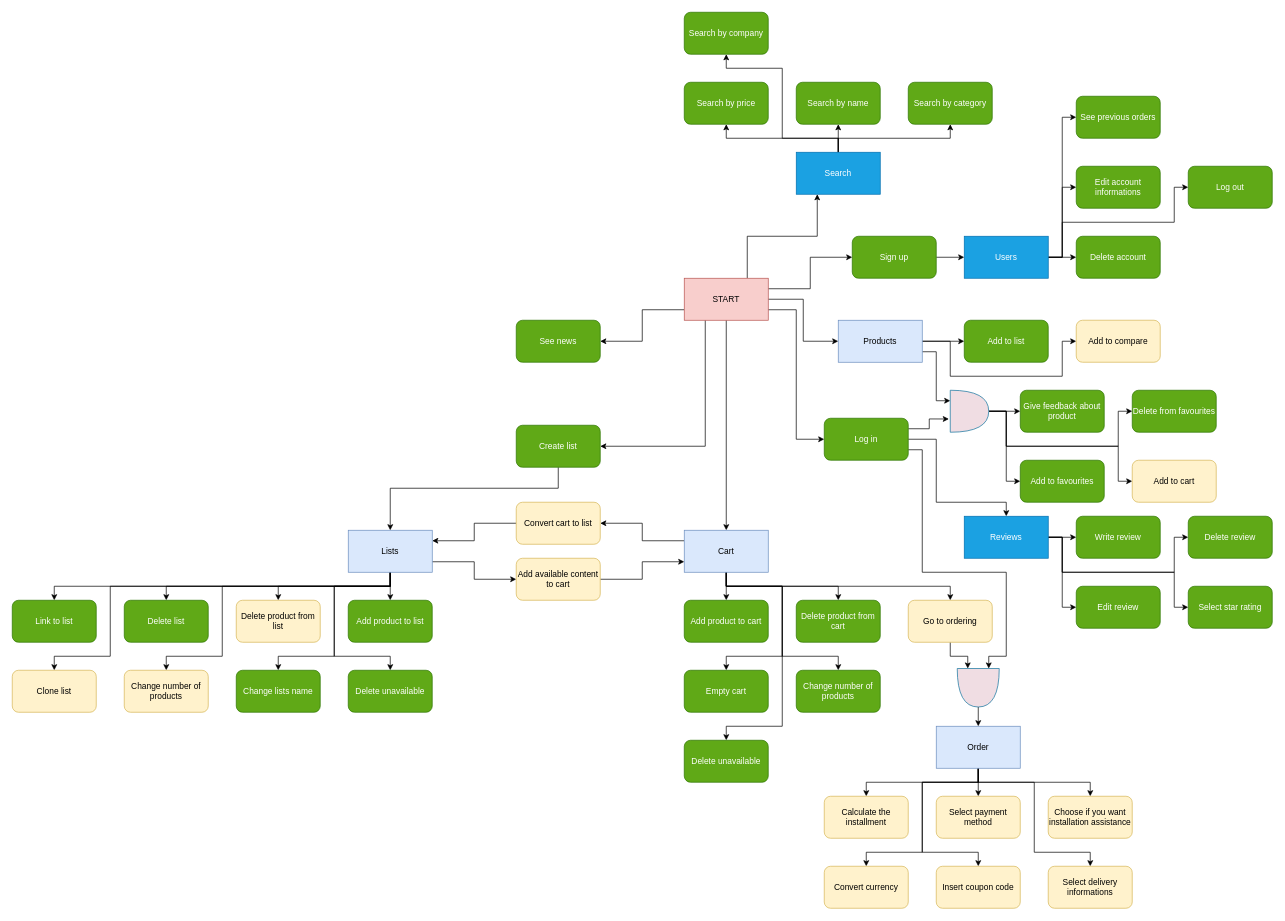
Rumi152/X-KOMdb keeps this draw.io diagram as Documentation/DrawioFiles/functionalitiesSchema.drawio. Above is the earlier version. Source tidied: cells renumbered, new cells numbered last; positions are measured from the earlier drawing's top-left corner, leaving out a move shared by most shapes. Both pictures are drawn from the tidied source at 70%, with x=0, y=0 at pixel (12, 12).
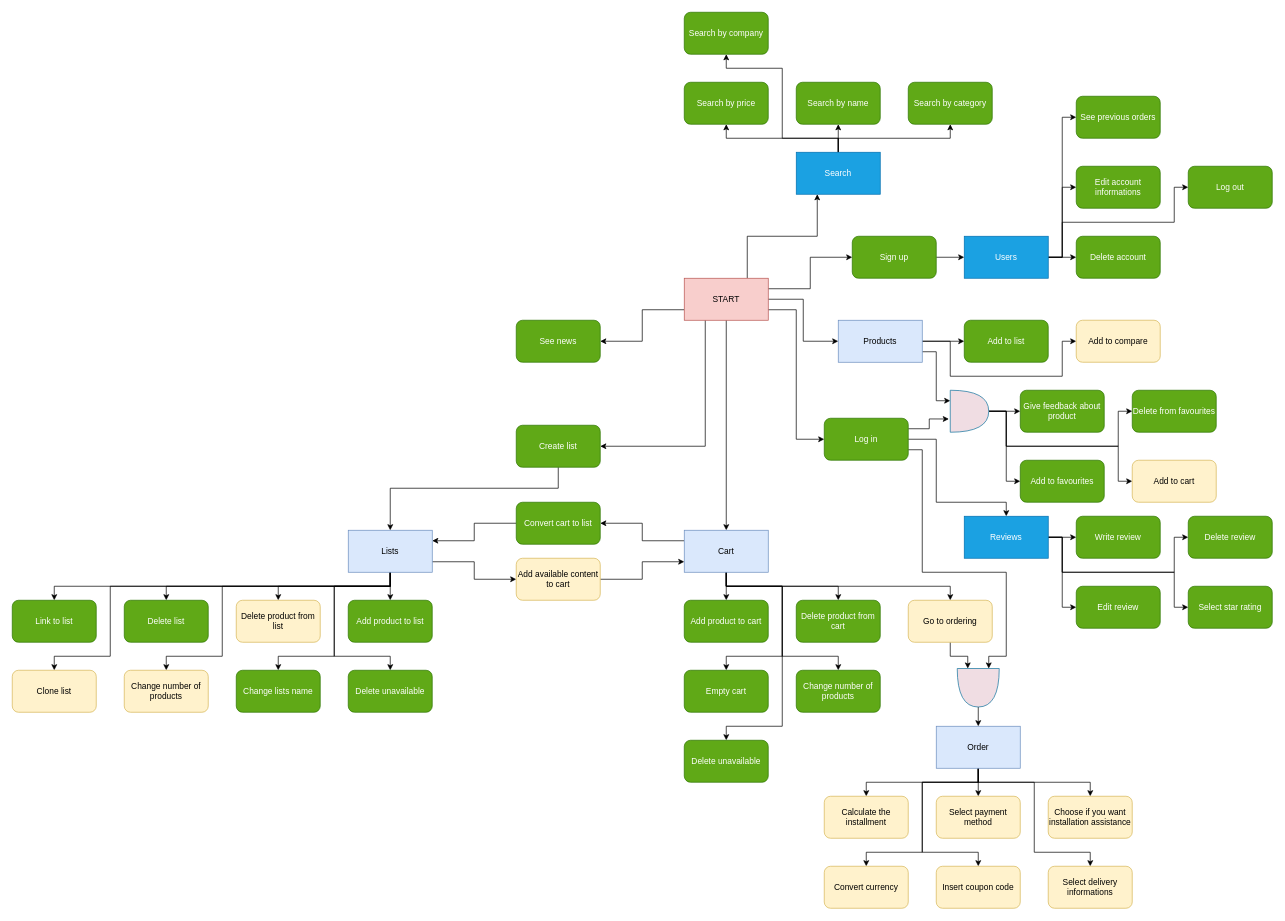
The same diagram, later.

Commit message (it also covers changes not shown here):
added ability to snapshot cart to list

The edit, as a diff of the source:
```diff
@@
-    <mxCell id="51" value="Convert cart to list" style="rounded=1;whiteSpace=wrap;html=1;fillColor=#fff2cc;strokeColor=#d6b656;fontColor=#000000;" parent="1" vertex="1">
+    <mxCell id="51" value="Convert cart to list" style="rounded=1;whiteSpace=wrap;html=1;fillColor=#60a917;strokeColor=#2D7600;fontColor=#ffffff;" parent="1" vertex="1">
       <mxGeometry x="720" y="700" width="120" height="60" as="geometry" />
     </mxCell>
```
